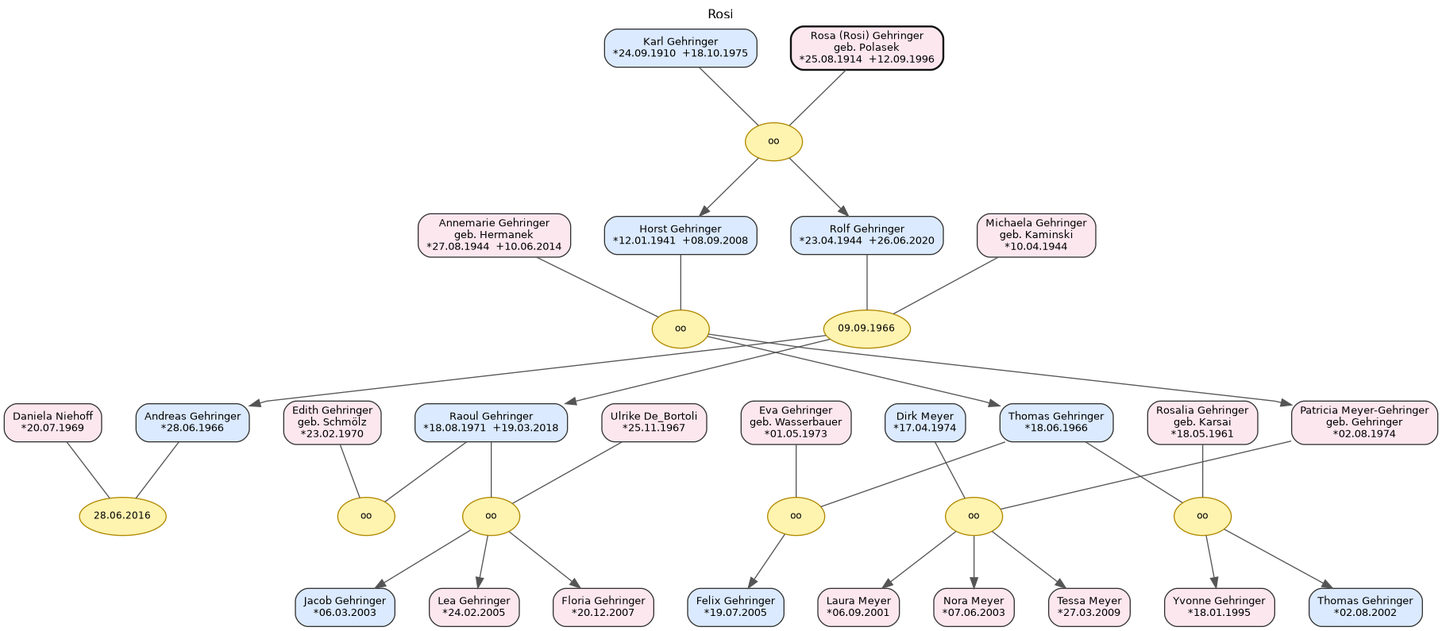
Konfusius16/Ahnentafel-Polasek keeps this Graphviz diagram as Rosi_0_10.png. Above is the earlier version. Its source is kept beside it as Rosi_0_10.dot.
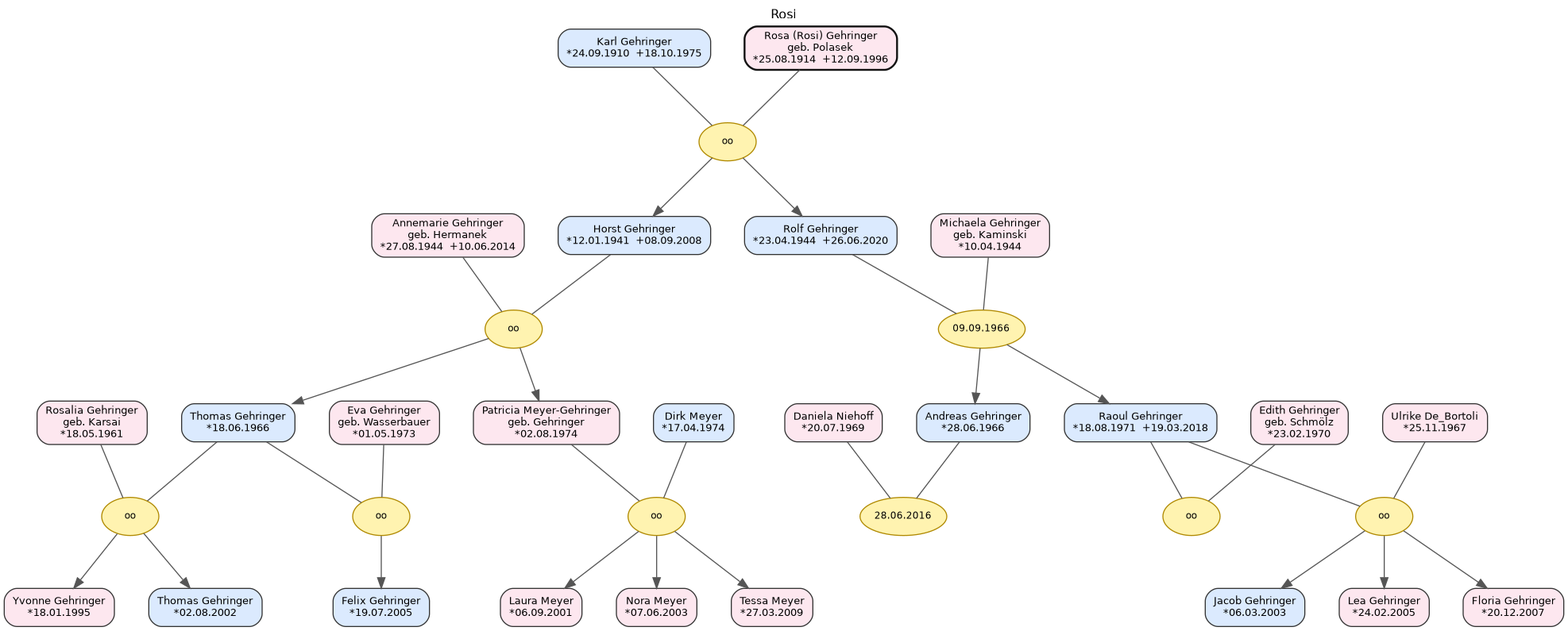
The same file after the commit.

The edit, as a diff of the source:
```diff
@@ -3,63 +3,130 @@
 	graph [fontname="DejaVu Sans" fontsize=12 label=Rosi labelloc=t]
 	node [color="#333333" fontname="DejaVu Sans" fontsize=10 shape=box style="rounded,filled"]
 	edge [color="#555555" fontname="DejaVu Sans"]
-	geh08 [label="Raoul Gehringer
-*18.08.1971  +19.03.2018" fillcolor="#dbeafe" id=P_geh08]
-	geh07 [label="Andreas Gehringer
-*28.06.1966" fillcolor="#dbeafe" id=P_geh07]
+	geh01 [label="Horst Gehringer
+*12.01.1941  +08.09.2008" fillcolor="#dbeafe" id=P_geh01]
+	g4p02 [label="Yvonne Gehringer
+*18.01.1995" fillcolor="#fde7ef" id=P_g4p02]
+	g5p08 [label="Jacob Gehringer
+*06.03.2003" fillcolor="#dbeafe" id=P_g5p08]
+	g4p07 [label="Laura Meyer
+*06.09.2001" fillcolor="#fde7ef" id=P_g4p07]
+	geh05 [label="Thomas Gehringer
+*18.06.1966" fillcolor="#dbeafe" id=P_geh05]
+	g4p08 [label="Nora Meyer
+*07.06.2003" fillcolor="#fde7ef" id=P_g4p08]
+	g4p05 [label="Felix Gehringer
+*19.07.2005" fillcolor="#dbeafe" id=P_g4p05]
+	g4p09 [label="Tessa Meyer
+*27.03.2009" fillcolor="#fde7ef" id=P_g4p09]
 	g4p03 [label="Thomas Gehringer
 *02.08.2002" fillcolor="#dbeafe" id=P_g4p03]
-	g4p06 [label="Dirk Meyer
-*17.04.1974" fillcolor="#dbeafe" id=P_g4p06]
-	g5p08 [label="Jacob Gehringer
-*06.03.2003" fillcolor="#dbeafe" id=P_g5p08]
-	g4p05 [label="Felix Gehringer
-*19.07.2005" fillcolor="#dbeafe" id=P_g4p05]
-	geh01 [label="Horst Gehringer
-*12.01.1941  +08.09.2008" fillcolor="#dbeafe" id=P_geh01]
-	geh02 [label="Annemarie Gehringer
-geb. Hermanek
-*27.08.1944  +10.06.2014" fillcolor="#fde7ef" id=P_geh02]
-	g4p07 [label="Laura Meyer
-*06.09.2001" fillcolor="#fde7ef" id=P_g4p07]
+	g5p09 [label="Lea Gehringer
+*24.02.2005" fillcolor="#fde7ef" id=P_g5p09]
+	geh09 [label="Karl Gehringer
+*24.09.1910  +18.10.1975" fillcolor="#dbeafe" id=P_geh09]
+	g4p01 [label="Rosalia Gehringer
+geb. Karsai
+*18.05.1961" fillcolor="#fde7ef" id=P_g4p01]
+	geh04 [label="Michaela Gehringer
+geb. Kaminski
+*10.04.1944" fillcolor="#fde7ef" id=P_geh04]
 	geh03 [label="Rolf Gehringer
 *23.04.1944  +26.06.2020" fillcolor="#dbeafe" id=P_geh03]
 	g4p04 [label="Eva Gehringer
 geb. Wasserbauer
 *01.05.1973" fillcolor="#fde7ef" id=P_g4p04]
+	g5p07 [label="Ulrike De_Bortoli
+*25.11.1967" fillcolor="#fde7ef" id=P_g5p07]
 	geh06 [label="Patricia Meyer-Gehringer
 geb. Gehringer
 *02.08.1974" fillcolor="#fde7ef" id=P_geh06]
-	g4p02 [label="Yvonne Gehringer
-*18.01.1995" fillcolor="#fde7ef" id=P_g4p02]
-	g5p07 [label="Ulrike De_Bortoli
-*25.11.1967" fillcolor="#fde7ef" id=P_g5p07]
-	geh05 [label="Thomas Gehringer
-*18.06.1966" fillcolor="#dbeafe" id=P_geh05]
-	g4p08 [label="Nora Meyer
-*07.06.2003" fillcolor="#fde7ef" id=P_g4p08]
-	g5p04 [label="Daniela Niehoff
-*20.07.1969" fillcolor="#fde7ef" id=P_g5p04]
-	geh09 [label="Karl Gehringer
-*24.09.1910  +18.10.1975" fillcolor="#dbeafe" id=P_geh09]
+	gehS01 [label="Edith Gehringer
+geb. Schmölz
+*23.02.1970" fillcolor="#fde7ef" id=P_gehS01]
 	g5p10 [label="Floria Gehringer
 *20.12.2007" fillcolor="#fde7ef" id=P_g5p10]
-	g4p01 [label="Rosalia Gehringer
-geb. Karsai
-*18.05.1961" fillcolor="#fde7ef" id=P_g4p01]
-	g5p09 [label="Lea Gehringer
-*24.02.2005" fillcolor="#fde7ef" id=P_g5p09]
-	g4p09 [label="Tessa Meyer
-*27.03.2009" fillcolor="#fde7ef" id=P_g4p09]
-	geh04 [label="Michaela Gehringer
-geb. Kaminski
-*10.04.1944" fillcolor="#fde7ef" id=P_geh04]
 	att38 [label="Rosa (Rosi) Gehringer
 geb. Polasek
 *25.08.1914  +12.09.1996" color="#111111" fillcolor="#fde7ef" id=P_att38 penwidth=1.8]
-	gehS01 [label="Edith Gehringer
-geb. Schmölz
-*23.02.1970" fillcolor="#fde7ef" id=P_gehS01]
+	geh07 [label="Andreas Gehringer
+*28.06.1966" fillcolor="#dbeafe" id=P_geh07]
+	geh08 [label="Raoul Gehringer
+*18.08.1971  +19.03.2018" fillcolor="#dbeafe" id=P_geh08]
+	g4p06 [label="Dirk Meyer
+*17.04.1974" fillcolor="#dbeafe" id=P_g4p06]
+	geh02 [label="Annemarie Gehringer
+geb. Hermanek
+*27.08.1944  +10.06.2014" fillcolor="#fde7ef" id=P_geh02]
+	g5p04 [label="Daniela Niehoff
+*20.07.1969" fillcolor="#fde7ef" id=P_g5p04]
+	M_g4F1 [label=oo color="#b08900" fillcolor="#fff3b0" fontsize=9 id=M_g4F1 shape=ellipse style=filled]
+	subgraph rank_g4F1 {
+		rank=same
+		geh05
+		g4p01
+	}
+	geh05 -> g4p01 [constraint=true minlen=0 style=invis weight=3600]
+	geh05 -> M_g4F1 [dir=none minlen=1 weight=60]
+	g4p01 -> M_g4F1 [dir=none minlen=1 weight=60]
+	subgraph kids_g4F1 {
+		rank=same
+		g4p02
+		g4p03
+	}
+	M_g4F1 -> g4p02
+	M_g4F1 -> g4p03
+	g4p02 -> g4p03 [constraint=true minlen=0 style=invis weight=1400]
+	M_gehF2 [label="09.09.1966" color="#b08900" fillcolor="#fff3b0" fontsize=9 id=M_gehF2 shape=ellipse style=filled]
+	subgraph rank_gehF2 {
+		rank=same
+		geh03
+		geh04
+	}
+	geh03 -> geh04 [constraint=true minlen=0 style=invis weight=3600]
+	geh03 -> M_gehF2 [dir=none minlen=1 weight=60]
+	geh04 -> M_gehF2 [dir=none minlen=1 weight=60]
+	subgraph kids_gehF2 {
+		rank=same
+		geh07
+		geh08
+	}
+	M_gehF2 -> geh07
+	M_gehF2 -> geh08
+	geh07 -> geh08 [constraint=true minlen=0 style=invis weight=1400]
+	subgraph pair_geh07 {
+		rank=same
+		geh07
+		g5p04
+	}
+	geh07 -> g5p04 [constraint=true minlen=0 style=invis weight=2600]
+	g5p04 -> geh08 [constraint=true minlen=0 style=invis weight=2000]
+	subgraph pair_geh08 {
+		rank=same
+		geh08
+		gehS01
+	}
+	geh08 -> gehS01 [constraint=true minlen=0 style=invis weight=2600]
+	M_g4F3 [label=oo color="#b08900" fillcolor="#fff3b0" fontsize=9 id=M_g4F3 shape=ellipse style=filled]
+	subgraph rank_g4F3 {
+		rank=same
+		g4p06
+		geh06
+	}
+	g4p06 -> geh06 [constraint=true minlen=0 style=invis weight=3600]
+	g4p06 -> M_g4F3 [dir=none minlen=1 weight=60]
+	geh06 -> M_g4F3 [dir=none minlen=1 weight=60]
+	subgraph kids_g4F3 {
+		rank=same
+		g4p07
+		g4p08
+		g4p09
+	}
+	M_g4F3 -> g4p07
+	M_g4F3 -> g4p08
+	M_g4F3 -> g4p09
+	g4p07 -> g4p08 [constraint=true minlen=0 style=invis weight=1400]
+	g4p08 -> g4p09 [constraint=true minlen=0 style=invis weight=1400]
 	M_gehF1 [label=oo color="#b08900" fillcolor="#fff3b0" fontsize=9 id=M_gehF1 shape=ellipse style=filled]
 	subgraph rank_gehF1 {
 		rank=same
@@ -90,26 +157,6 @@
 		g4p06
 	}
 	g4p06 -> geh06 [constraint=true minlen=0 style=invis weight=2600]
-	M_g4F3 [label=oo color="#b08900" fillcolor="#fff3b0" fontsize=9 id=M_g4F3 shape=ellipse style=filled]
-	subgraph rank_g4F3 {
-		rank=same
-		g4p06
-		geh06
-	}
-	g4p06 -> geh06 [constraint=true minlen=0 style=invis weight=3600]
-	g4p06 -> M_g4F3 [dir=none minlen=1 weight=60]
-	geh06 -> M_g4F3 [dir=none minlen=1 weight=60]
-	subgraph kids_g4F3 {
-		rank=same
-		g4p07
-		g4p08
-		g4p09
-	}
-	M_g4F3 -> g4p07
-	M_g4F3 -> g4p08
-	M_g4F3 -> g4p09
-	g4p07 -> g4p08 [constraint=true minlen=0 style=invis weight=1400]
-	g4p08 -> g4p09 [constraint=true minlen=0 style=invis weight=1400]
 	M_gehF3 [label=oo color="#b08900" fillcolor="#fff3b0" fontsize=9 id=M_gehF3 shape=ellipse style=filled]
 	subgraph rank_gehF3 {
 		rank=same
@@ -140,6 +187,20 @@
 		geh04
 	}
 	geh03 -> geh04 [constraint=true minlen=0 style=invis weight=2600]
+	M_g4F2 [label=oo color="#b08900" fillcolor="#fff3b0" fontsize=9 id=M_g4F2 shape=ellipse style=filled]
+	subgraph rank_g4F2 {
+		rank=same
+		geh05
+		g4p04
+	}
+	geh05 -> g4p04 [constraint=true minlen=0 style=invis weight=3600]
+	geh05 -> M_g4F2 [dir=none minlen=1 weight=60]
+	g4p04 -> M_g4F2 [dir=none minlen=1 weight=60]
+	subgraph kids_g4F2 {
+		rank=same
+		g4p05
+	}
+	M_g4F2 -> g4p05
 	M_g5F2 [label="28.06.2016" color="#b08900" fillcolor="#fff3b0" fontsize=9 id=M_g5F2 shape=ellipse style=filled]
 	subgraph rank_g5F2 {
 		rank=same
@@ -158,50 +219,6 @@
 	geh08 -> gehS01 [constraint=true minlen=0 style=invis weight=3600]
 	geh08 -> M_gehF4 [dir=none minlen=1 weight=60]
 	gehS01 -> M_gehF4 [dir=none minlen=1 weight=60]
-	M_g4F2 [label=oo color="#b08900" fillcolor="#fff3b0" fontsize=9 id=M_g4F2 shape=ellipse style=filled]
-	subgraph rank_g4F2 {
-		rank=same
-		geh05
-		g4p04
-	}
-	geh05 -> g4p04 [constraint=true minlen=0 style=invis weight=3600]
-	geh05 -> M_g4F2 [dir=none minlen=1 weight=60]
-	g4p04 -> M_g4F2 [dir=none minlen=1 weight=60]
-	subgraph kids_g4F2 {
-		rank=same
-		g4p05
-	}
-	M_g4F2 -> g4p05
-	M_gehF2 [label="09.09.1966" color="#b08900" fillcolor="#fff3b0" fontsize=9 id=M_gehF2 shape=ellipse style=filled]
-	subgraph rank_gehF2 {
-		rank=same
-		geh03
-		geh04
-	}
-	geh03 -> geh04 [constraint=true minlen=0 style=invis weight=3600]
-	geh03 -> M_gehF2 [dir=none minlen=1 weight=60]
-	geh04 -> M_gehF2 [dir=none minlen=1 weight=60]
-	subgraph kids_gehF2 {
-		rank=same
-		geh07
-		geh08
-	}
-	M_gehF2 -> geh07
-	M_gehF2 -> geh08
-	geh07 -> geh08 [constraint=true minlen=0 style=invis weight=1400]
-	subgraph pair_geh07 {
-		rank=same
-		geh07
-		g5p04
-	}
-	geh07 -> g5p04 [constraint=true minlen=0 style=invis weight=2600]
-	g5p04 -> geh08 [constraint=true minlen=0 style=invis weight=2000]
-	subgraph pair_geh08 {
-		rank=same
-		geh08
-		gehS01
-	}
-	geh08 -> gehS01 [constraint=true minlen=0 style=invis weight=2600]
 	M_g5F4 [label=oo color="#b08900" fillcolor="#fff3b0" fontsize=9 id=M_g5F4 shape=ellipse style=filled]
 	subgraph rank_g5F4 {
 		rank=same
@@ -222,23 +239,6 @@
 	M_g5F4 -> g5p10
 	g5p08 -> g5p09 [constraint=true minlen=0 style=invis weight=1400]
 	g5p09 -> g5p10 [constraint=true minlen=0 style=invis weight=1400]
-	M_g4F1 [label=oo color="#b08900" fillcolor="#fff3b0" fontsize=9 id=M_g4F1 shape=ellipse style=filled]
-	subgraph rank_g4F1 {
-		rank=same
-		geh05
-		g4p01
-	}
-	geh05 -> g4p01 [constraint=true minlen=0 style=invis weight=3600]
-	geh05 -> M_g4F1 [dir=none minlen=1 weight=60]
-	g4p01 -> M_g4F1 [dir=none minlen=1 weight=60]
-	subgraph kids_g4F1 {
-		rank=same
-		g4p02
-		g4p03
-	}
-	M_g4F1 -> g4p02
-	M_g4F1 -> g4p03
-	g4p02 -> g4p03 [constraint=true minlen=0 style=invis weight=1400]
 	subgraph gen_0 {
 		rank=same
 		att38
```
